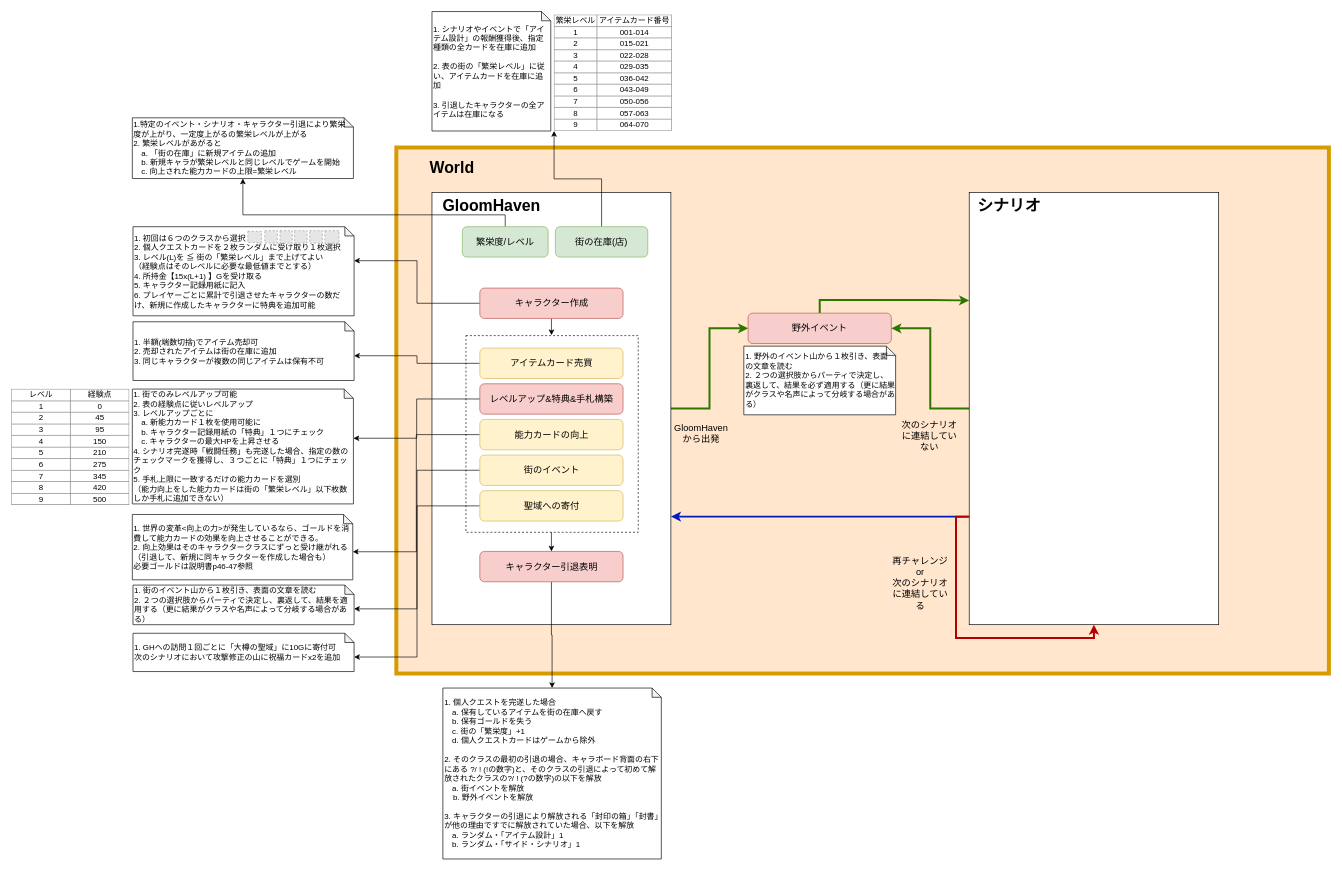
Earlier version of the draw.io diagram Untitled Diagram.drawio (newuniverse/diagrams). Source tidied: cells renumbered, new cells numbered last; positions are measured from the earlier drawing's top-left corner, leaving out a move shared by most shapes. Both pictures are drawn from the tidied source at 66%, with x=0, y=0 at pixel (11, 11). Pictures stored in the file or linked from it are replaced by grey dashed boxes.
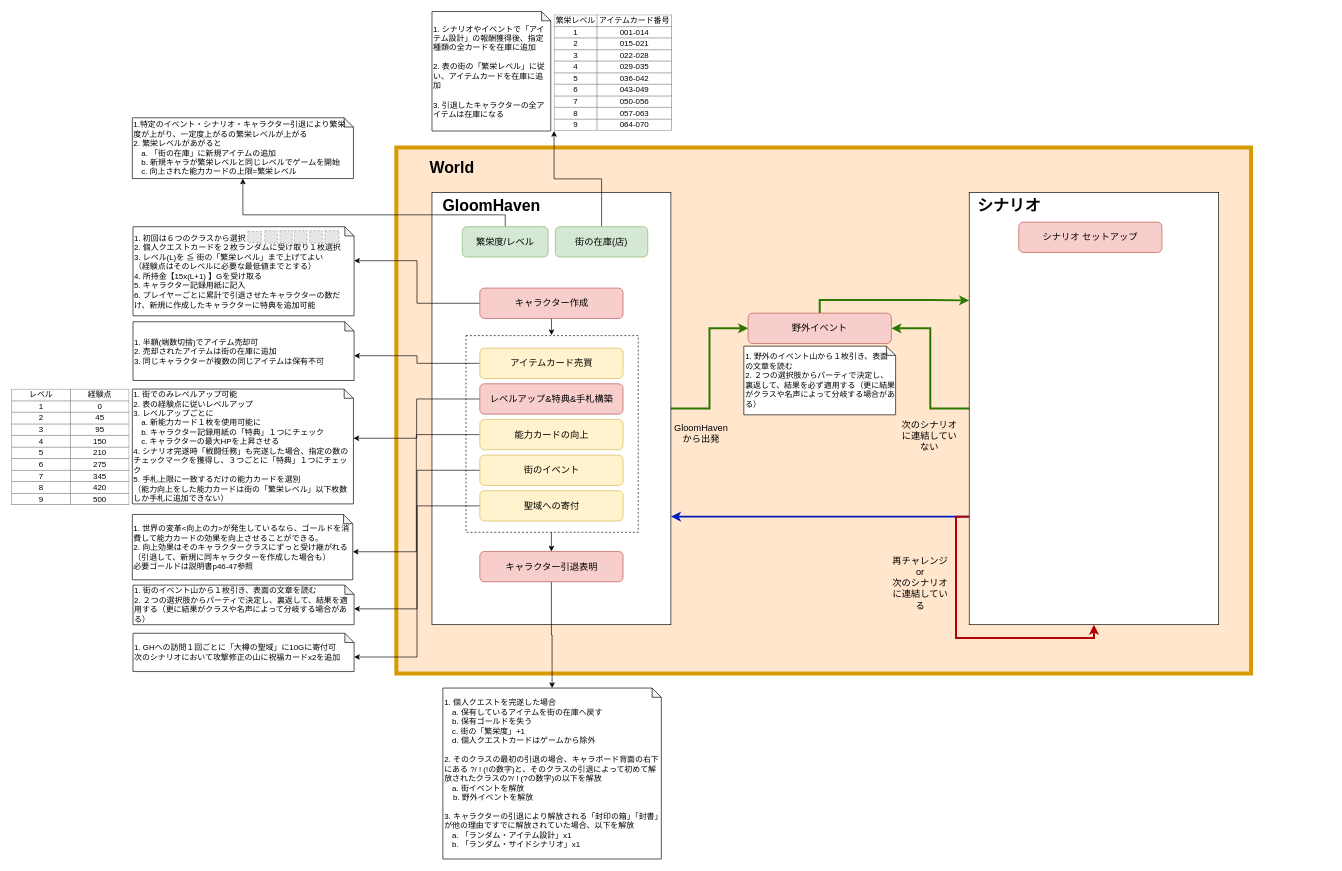
The same diagram, later.

The edit, as a diff of the source:
```diff
@@
     <mxCell id="2" style="rounded=0;whiteSpace=wrap;html=1;strokeWidth=6;fillColor=#ffe6cc;strokeColor=#d79b00;" parent="1" vertex="1">
-      <mxGeometry x="583" y="206" width="1413" height="797" as="geometry" />
+      <mxGeometry x="583" y="206" width="1295" height="797" as="geometry" />
     </mxCell>
@@
-    <mxCell id="29" value="1. 個人クエストを完遂した場合&lt;br&gt;　a. 保有しているアイテムを街の在庫へ戻す&lt;br&gt;　b. 保有ゴールドを失う&lt;br&gt;　c. 街の「繁栄度」+1&lt;br&gt;　d. 個人クエストカードはゲームから除外&lt;br&gt;&lt;br&gt;2. そのクラスの最初の引退の場合、キャラボード背面の右下にある ?/ ! (!の数字)と、そのクラスの引退によって初めて解放されたクラスの?/ ! (?の数字)の以下を解放&lt;br&gt;　a. 街イベントを解放&lt;br&gt;&amp;nbsp; &amp;nbsp; b. 野外イベントを解放&lt;br&gt;&lt;br&gt;3. キャラクターの引退により解放される「封印の箱」「封書」が他の理由ですでに解放されていた場合、以下を解放&lt;br&gt;　a. ランダム・「アイテム設計」1&lt;br&gt;　b. ランダム・「サイド・シナリオ」1" style="shape=note;whiteSpace=wrap;html=1;backgroundOutline=1;darkOpacity=0.05;size=14;align=left;" parent="1" vertex="1">
+    <mxCell id="29" value="1. 個人クエストを完遂した場合&lt;br&gt;　a. 保有しているアイテムを街の在庫へ戻す&lt;br&gt;　b. 保有ゴールドを失う&lt;br&gt;　c. 街の「繁栄度」+1&lt;br&gt;　d. 個人クエストカードはゲームから除外&lt;br&gt;&lt;br&gt;2. そのクラスの最初の引退の場合、キャラボード背面の右下にある ?/ ! (!の数字)と、そのクラスの引退によって初めて解放されたクラスの?/ ! (?の数字)の以下を解放&lt;br&gt;　a. 街イベントを解放&lt;br&gt;&amp;nbsp; &amp;nbsp; b. 野外イベントを解放&lt;br&gt;&lt;br&gt;3. キャラクターの引退により解放される「封印の箱」「封書」が他の理由ですでに解放されていた場合、以下を解放&lt;br&gt;　a. 「ランダム・アイテム設計」x1&lt;br&gt;　b. 「ランダム・サイドシナリオ」x1" style="shape=note;whiteSpace=wrap;html=1;backgroundOutline=1;darkOpacity=0.05;size=14;align=left;" parent="1" vertex="1">
       <mxGeometry x="653.5" y="1025" width="331" height="259" as="geometry" />
     </mxCell>
@@
+    <mxCell id="61" value="&lt;span style=&quot;font-size: 14px&quot;&gt;シナリオ セットアップ&lt;/span&gt;" style="rounded=1;whiteSpace=wrap;html=1;fillColor=#f8cecc;strokeColor=#b85450;" parent="1" vertex="1">
+      <mxGeometry x="1526" y="319" width="217" height="46" as="geometry" />
+    </mxCell>
```
